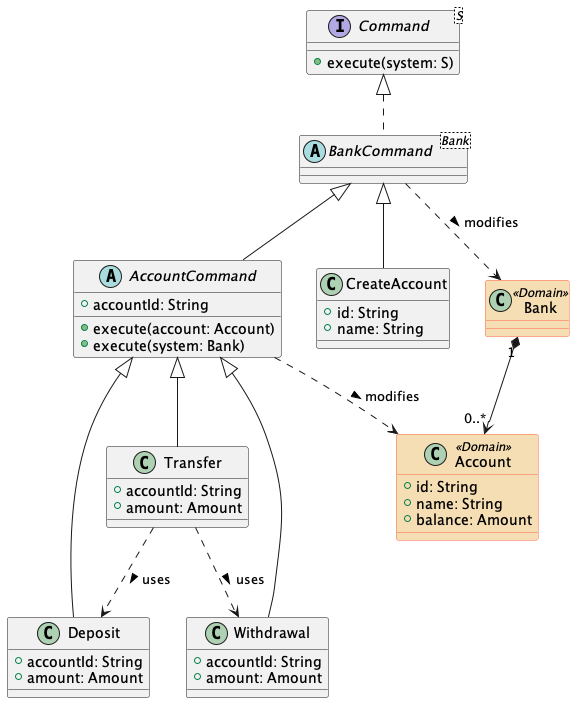
The PlantUML diagram bank.png in xrrocha/kmemimg, before a commit.
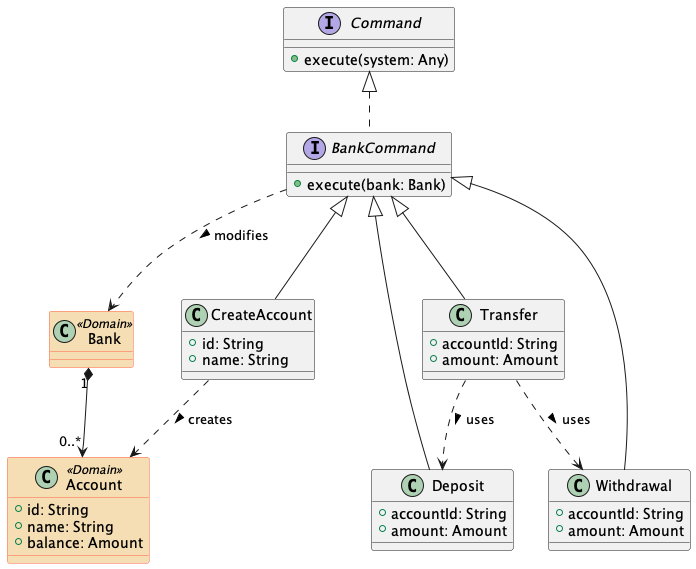
The same diagram one commit later.

Commit message:
Updated UML class diagrams

Diff of the diagram source:
```diff
@@ -4,52 +4,54 @@
     BorderColor<<Domain>> Tomato
 }
 
-class Bank <<Domain>> {
-}
-class Account <<Domain>> {
-    + id: String
-    + name: String
-    + balance: Amount
-}
-Bank "1" *--> "0..*" Account
-
-interface Command<S> {
-    + execute(system: S)
+interface Command {
+    + execute(system: Any)
 }
 
-abstract class BankCommand<Bank>
-Command <|.. BankCommand
-BankCommand ..> Bank: modifies >
+together {
+    class Bank <<Domain>> {
+    }
+    class Account <<Domain>> {
+        + id: String
+        + name: String
+        + balance: Amount
+    }
+    Bank "1" *--> "0..*" Account
+}
+
+    interface BankCommand {
+        + execute(bank: Bank)
+    }
+    Command <|.. BankCommand
+    BankCommand ..> Bank: modifies >
 
 class CreateAccount {
     + id: String
     + name: String
 }
 BankCommand <|-- CreateAccount
+CreateAccount ..> Account: creates >
 
-abstract class AccountCommand {
-    + accountId: String
-    + execute(account: Account)
-    + execute(system: Bank)
-}
-BankCommand <|-- AccountCommand
-AccountCommand ..> Account: modifies >
+together {
 
-class Deposit extends AccountCommand {
-    + accountId: String
-    + amount: Amount
+    together {
+    class Deposit extends BankCommand {
+        + accountId: String
+        + amount: Amount
+    }
+
+    class Withdrawal extends BankCommand {
+        + accountId: String
+        + amount: Amount
+    }
+
+    class Transfer extends BankCommand {
+        + accountId: String
+        + amount: Amount
+    }
+    Transfer ..> Deposit: uses >
+    Transfer ..> Withdrawal: uses >
+    }
 }
 
-class Withdrawal extends AccountCommand {
-    + accountId: String
-    + amount: Amount
-}
-
-class Transfer extends AccountCommand {
-    + accountId: String
-    + amount: Amount
-}
-Transfer ..> Deposit: uses >
-Transfer ..> Withdrawal: uses >
-
 @enduml
```
